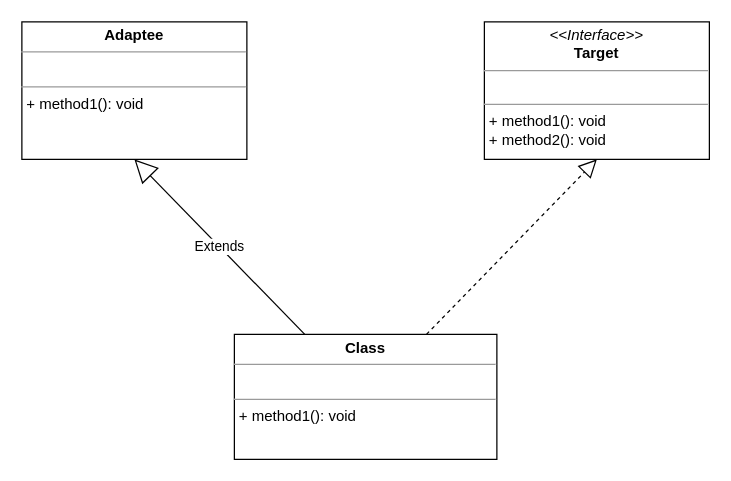
The draw.io diagram drawio/设计模式/适配器模式.drawio in hezhuma/image-repo, before the edit. Source tidied: cells renumbered, new cells numbered last; positions are measured from the earlier drawing's top-left corner, leaving out a move shared by most shapes. Both pictures are drawn from the tidied source at 125%, with x=0, y=0 at pixel (21, 21).
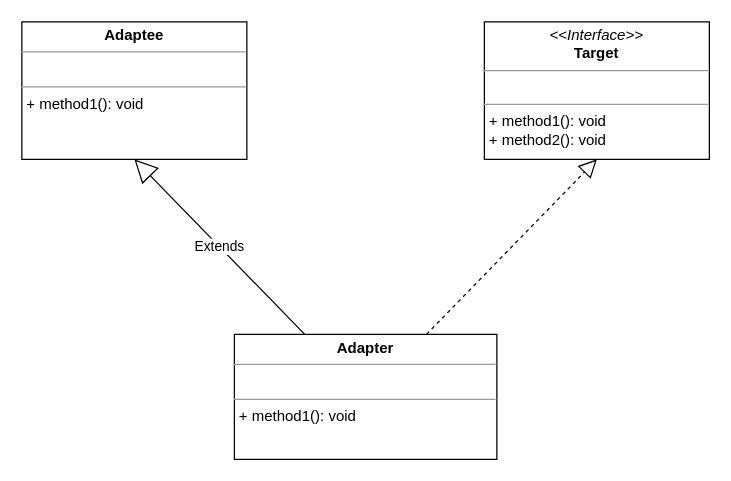
Above is the later version.

Commit message (it also covers changes not shown here):
Update 适配器模式.drawio

Change to the diagram source:
```diff
@@
 <mxGraphModel>
   <root>
     <mxCell id="0" />
     <mxCell id="1" parent="0" />
     <mxCell id="2" value="&lt;p style=&quot;margin: 0px ; margin-top: 4px ; text-align: center&quot;&gt;&lt;i&gt;&amp;lt;&amp;lt;Interface&amp;gt;&amp;gt;&lt;/i&gt;&lt;br&gt;&lt;b&gt;Target&lt;/b&gt;&lt;/p&gt;&lt;hr size=&quot;1&quot;&gt;&lt;p style=&quot;margin: 0px ; margin-left: 4px&quot;&gt;&lt;br&gt;&lt;/p&gt;&lt;hr size=&quot;1&quot;&gt;&lt;p style=&quot;margin: 0px ; margin-left: 4px&quot;&gt;+ method1(): void&lt;br&gt;+ method2(): void&lt;/p&gt;" style="verticalAlign=top;align=left;overflow=fill;fontSize=12;fontFamily=Helvetica;html=1;" parent="1" vertex="1">
       <mxGeometry x="370" width="180" height="110" as="geometry" />
     </mxCell>
     <mxCell id="3" value="&lt;p style=&quot;margin: 0px ; margin-top: 4px ; text-align: center&quot;&gt;&lt;b&gt;Adaptee&lt;/b&gt;&lt;/p&gt;&lt;hr size=&quot;1&quot;&gt;&lt;p style=&quot;margin: 0px ; margin-left: 4px&quot;&gt;&lt;br&gt;&lt;/p&gt;&lt;hr size=&quot;1&quot;&gt;&lt;p style=&quot;margin: 0px ; margin-left: 4px&quot;&gt;+ method1(): void&lt;/p&gt;" style="verticalAlign=top;align=left;overflow=fill;fontSize=12;fontFamily=Helvetica;html=1;" parent="1" vertex="1">
       <mxGeometry width="180" height="110" as="geometry" />
     </mxCell>
-    <mxCell id="4" value="&lt;p style=&quot;margin: 0px ; margin-top: 4px ; text-align: center&quot;&gt;&lt;b&gt;Class&lt;/b&gt;&lt;/p&gt;&lt;hr size=&quot;1&quot;&gt;&lt;p style=&quot;margin: 0px ; margin-left: 4px&quot;&gt;&lt;br&gt;&lt;/p&gt;&lt;hr size=&quot;1&quot;&gt;&lt;p style=&quot;margin: 0px ; margin-left: 4px&quot;&gt;+ method1(): void&lt;/p&gt;" style="verticalAlign=top;align=left;overflow=fill;fontSize=12;fontFamily=Helvetica;html=1;" parent="1" vertex="1">
+    <mxCell id="4" value="&lt;p style=&quot;margin: 0px ; margin-top: 4px ; text-align: center&quot;&gt;&lt;b&gt;Adapter&lt;/b&gt;&lt;/p&gt;&lt;hr size=&quot;1&quot;&gt;&lt;p style=&quot;margin: 0px ; margin-left: 4px&quot;&gt;&lt;br&gt;&lt;/p&gt;&lt;hr size=&quot;1&quot;&gt;&lt;p style=&quot;margin: 0px ; margin-left: 4px&quot;&gt;+ method1(): void&lt;/p&gt;" style="verticalAlign=top;align=left;overflow=fill;fontSize=12;fontFamily=Helvetica;html=1;" parent="1" vertex="1">
       <mxGeometry x="170" y="250" width="210" height="100" as="geometry" />
     </mxCell>
     <mxCell id="5" style="endArrow=block;dashed=1;endFill=0;endSize=12;html=1;rounded=0;entryX=0.5;entryY=1;entryDx=0;entryDy=0;" parent="1" edge="1" source="4" target="2">
       <mxGeometry relative="1" as="geometry" />
     </mxCell>
     <mxCell id="6" value="Extends" style="endArrow=block;endSize=16;endFill=0;html=1;rounded=0;entryX=0.5;entryY=1;entryDx=0;entryDy=0;" parent="1" edge="1" source="4" target="3">
       <mxGeometry relative="1" as="geometry" />
     </mxCell>
   </root>
 </mxGraphModel>
```
